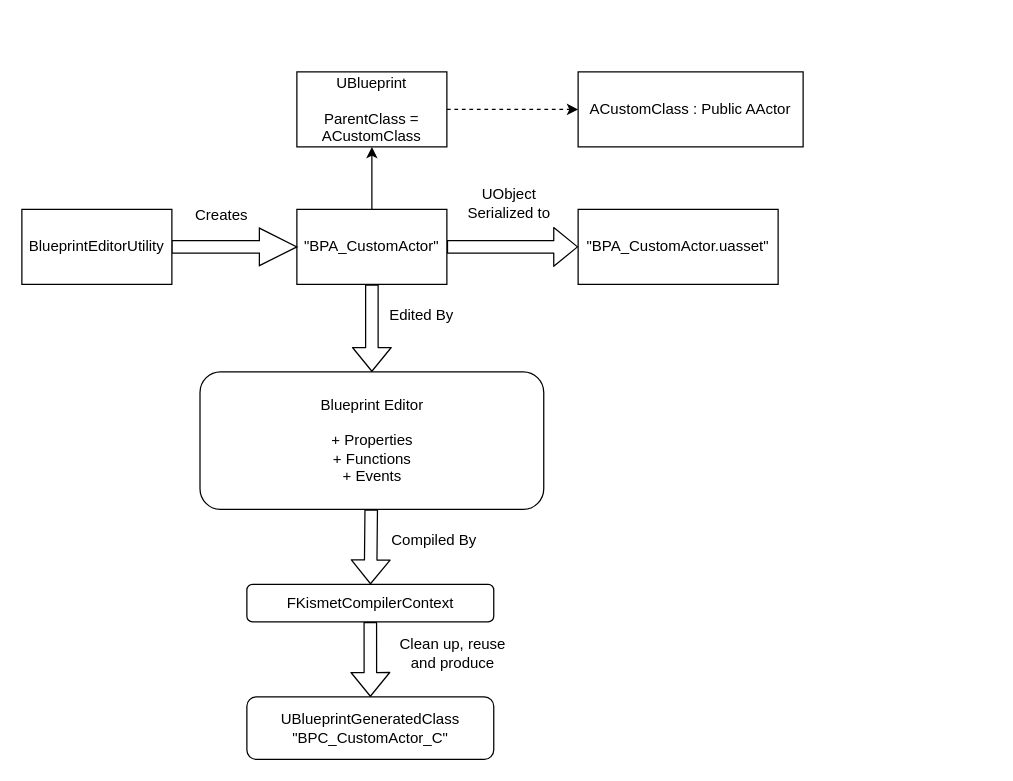
reforia/reforia.github.io keeps this draw.io diagram as assets/img/post-data/unreal/engine/bpvm-bytecode/bytecode.drawio. Above is the earlier version. Source tidied: cells renumbered, new cells numbered last; positions are measured from the earlier drawing's top-left corner, leaving out a move shared by most shapes. Both pictures are drawn from the tidied source at 125%, with x=0, y=0 at pixel (21, 71).
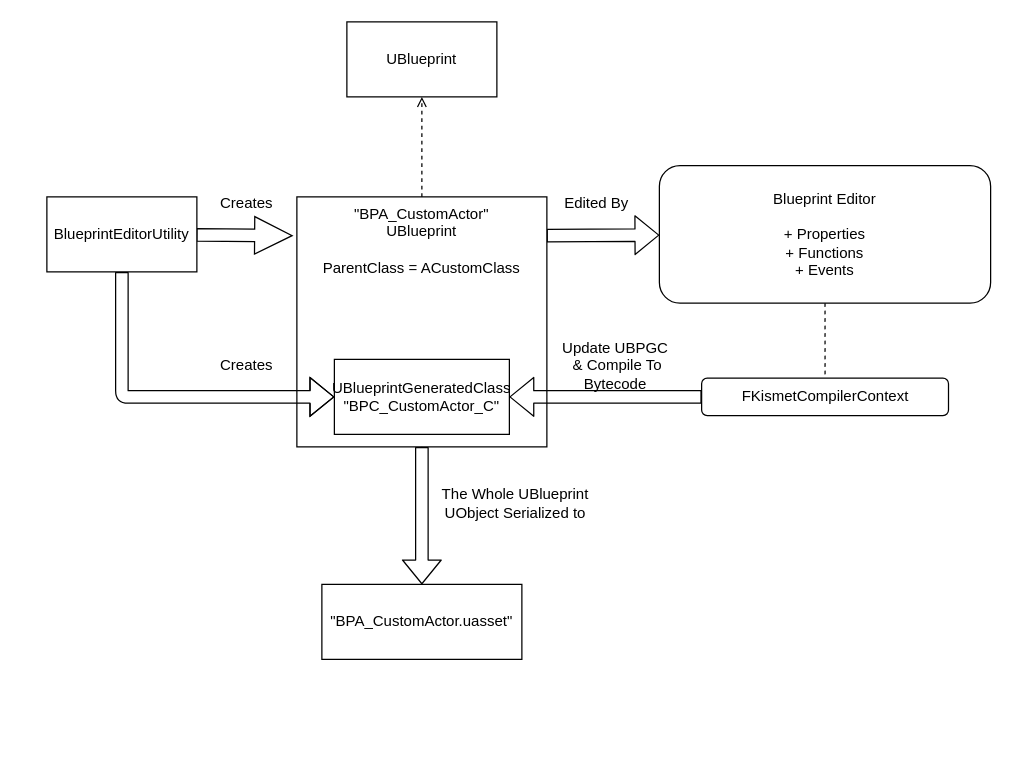
Above is the later version.

Diff of the diagram source:
```diff
@@
-    <mxCell id="2" style="edgeStyle=none;html=1;" parent="1" edge="1" source="5" target="10">
+    <mxCell id="2" style="edgeStyle=none;html=1;endArrow=open;endFill=0;dashed=1;" parent="1" edge="1" source="5" target="10">
       <mxGeometry relative="1" as="geometry" />
     </mxCell>
-    <mxCell id="3" style="edgeStyle=none;html=1;shape=flexArrow;" parent="1" edge="1" source="5" target="12">
-      <mxGeometry relative="1" as="geometry" />
-    </mxCell>
-    <mxCell id="4" style="edgeStyle=none;shape=flexArrow;html=1;" parent="1" edge="1" source="5" target="15">
+    <mxCell id="4" style="edgeStyle=none;shape=flexArrow;html=1;exitX=0.999;exitY=0.155;exitDx=0;exitDy=0;exitPerimeter=0;" parent="1" edge="1" source="5" target="15">
       <mxGeometry relative="1" as="geometry" />
     </mxCell>
+    <mxCell id="22" style="edgeStyle=none;html=1;entryX=0.5;entryY=0;entryDx=0;entryDy=0;dashed=1;endArrow=none;endFill=0;" parent="1" edge="1" source="5" target="20">
+      <mxGeometry relative="1" as="geometry" />
+    </mxCell>
-    <mxCell id="5" value="&quot;BPA_CustomActor&quot;" style="rounded=0;whiteSpace=wrap;html=1;" parent="1" vertex="1">
-      <mxGeometry x="220" y="110" width="120" height="60" as="geometry" />
+    <mxCell id="5" value="&quot;BPA_CustomActor&quot;&lt;br&gt;UBlueprint&lt;br&gt;&lt;br&gt;ParentClass = ACustomClass" style="rounded=0;whiteSpace=wrap;html=1;align=center;verticalAlign=top;" parent="1" vertex="1">
+      <mxGeometry x="220" y="100" width="200" height="200" as="geometry" />
     </mxCell>
-    <mxCell id="6" style="edgeStyle=none;html=1;shape=arrow;" parent="1" edge="1" source="7" target="5">
+    <mxCell id="6" style="edgeStyle=none;html=1;shape=arrow;entryX=-0.019;entryY=0.155;entryDx=0;entryDy=0;entryPerimeter=0;" parent="1" edge="1" source="7" target="5">
       <mxGeometry relative="1" as="geometry" />
     </mxCell>
+    <mxCell id="23" style="edgeStyle=none;html=1;shape=flexArrow;" parent="1" edge="1" source="7" target="20">
+      <mxGeometry relative="1" as="geometry">
+        <Array as="points">
+          <mxPoint x="80" y="260" />
+        </Array>
+      </mxGeometry>
+    </mxCell>
     <mxCell id="7" value="BlueprintEditorUtility" style="rounded=0;whiteSpace=wrap;html=1;" parent="1" vertex="1">
-      <mxGeometry y="110" width="120" height="60" as="geometry" />
+      <mxGeometry x="20" y="100" width="120" height="60" as="geometry" />
     </mxCell>
     <mxCell id="8" value="Creates" style="text;html=1;strokeColor=none;fillColor=none;align=center;verticalAlign=middle;whiteSpace=wrap;rounded=0;" parent="1" vertex="1">
-      <mxGeometry x="130" y="100" width="60" height="30" as="geometry" />
+      <mxGeometry x="150" y="90" width="60" height="30" as="geometry" />
     </mxCell>
-    <mxCell id="9" style="edgeStyle=none;html=1;dashed=1;" parent="1" edge="1" source="10" target="11">
-      <mxGeometry relative="1" as="geometry" />
-    </mxCell>
-    <mxCell id="10" value="UBlueprint&lt;br&gt;&lt;br&gt;ParentClass = ACustomClass" style="rounded=0;whiteSpace=wrap;html=1;" parent="1" vertex="1">
-      <mxGeometry x="220" width="120" height="60" as="geometry" />
+    <mxCell id="10" value="UBlueprint" style="rounded=0;whiteSpace=wrap;html=1;" parent="1" vertex="1">
+      <mxGeometry x="260" y="-40" width="120" height="60" as="geometry" />
     </mxCell>
-    <mxCell id="11" value="ACustomClass : Public AActor" style="rounded=0;whiteSpace=wrap;html=1;" parent="1" vertex="1">
-      <mxGeometry x="445" width="180" height="60" as="geometry" />
-    </mxCell>
     <mxCell id="12" value="&quot;BPA_CustomActor.uasset&quot;" style="rounded=0;whiteSpace=wrap;html=1;" parent="1" vertex="1">
-      <mxGeometry x="445" y="110" width="160" height="60" as="geometry" />
+      <mxGeometry x="240" y="410" width="160" height="60" as="geometry" />
     </mxCell>
-    <mxCell id="13" value="UObject Serialized to" style="text;html=1;strokeColor=none;fillColor=none;align=center;verticalAlign=middle;whiteSpace=wrap;rounded=0;" parent="1" vertex="1">
-      <mxGeometry x="350" y="90" width="80" height="30" as="geometry" />
+    <mxCell id="13" value="The Whole UBlueprint UObject Serialized to" style="text;html=1;strokeColor=none;fillColor=none;align=center;verticalAlign=middle;whiteSpace=wrap;rounded=0;" parent="1" vertex="1">
+      <mxGeometry x="330" y="330" width="130" height="30" as="geometry" />
     </mxCell>
-    <mxCell id="14" style="edgeStyle=none;shape=flexArrow;html=1;" parent="1" edge="1" source="15" target="18">
+    <mxCell id="14" style="edgeStyle=none;html=1;entryX=0.5;entryY=0;entryDx=0;entryDy=0;dashed=1;endArrow=none;endFill=0;" parent="1" edge="1" source="15" target="18">
       <mxGeometry relative="1" as="geometry" />
     </mxCell>
     <mxCell id="15" value="Blueprint Editor&lt;br&gt;&lt;br&gt;+ Properties&lt;br&gt;+ Functions&lt;br&gt;+ Events" style="rounded=1;whiteSpace=wrap;html=1;" parent="1" vertex="1">
-      <mxGeometry x="142.5" y="240" width="275" height="110" as="geometry" />
+      <mxGeometry x="510" y="75" width="265" height="110" as="geometry" />
     </mxCell>
     <mxCell id="16" value="Edited By" style="text;html=1;strokeColor=none;fillColor=none;align=center;verticalAlign=middle;whiteSpace=wrap;rounded=0;" parent="1" vertex="1">
-      <mxGeometry x="290" y="180" width="60" height="30" as="geometry" />
+      <mxGeometry x="430" y="90" width="60" height="30" as="geometry" />
     </mxCell>
-    <mxCell id="17" style="edgeStyle=none;shape=flexArrow;html=1;" parent="1" edge="1" source="18">
-      <mxGeometry relative="1" as="geometry">
-        <mxPoint x="278.8" y="500" as="targetPoint" />
-      </mxGeometry>
+    <mxCell id="17" style="edgeStyle=none;shape=flexArrow;html=1;entryX=1;entryY=0.5;entryDx=0;entryDy=0;" parent="1" edge="1" source="18" target="20">
+      <mxGeometry relative="1" as="geometry" />
     </mxCell>
     <mxCell id="18" value="FKismetCompilerContext" style="rounded=1;whiteSpace=wrap;html=1;" parent="1" vertex="1">
-      <mxGeometry x="180" y="410" width="197.5" height="30" as="geometry" />
+      <mxGeometry x="543.8" y="245" width="197.5" height="30" as="geometry" />
     </mxCell>
-    <mxCell id="19" value="Compiled By" style="text;html=1;strokeColor=none;fillColor=none;align=center;verticalAlign=middle;whiteSpace=wrap;rounded=0;" parent="1" vertex="1">
-      <mxGeometry x="290" y="360" width="80" height="30" as="geometry" />
-    </mxCell>
+    <mxCell id="21" value="Update UBPGC&lt;br&gt;&amp;nbsp;&amp;amp; Compile To Bytecode" style="text;html=1;strokeColor=none;fillColor=none;align=center;verticalAlign=middle;whiteSpace=wrap;rounded=0;" parent="1" vertex="1">
+      <mxGeometry x="420" y="220" width="110" height="30" as="geometry" />
+    </mxCell>
+    <mxCell id="24" style="edgeStyle=none;html=1;endArrow=block;endFill=0;entryX=0.5;entryY=0;entryDx=0;entryDy=0;shape=flexArrow;exitX=0.5;exitY=1;exitDx=0;exitDy=0;" parent="1" edge="1" target="12">
+      <mxGeometry relative="1" as="geometry">
+        <mxPoint x="320" y="300" as="sourcePoint" />
+      </mxGeometry>
+    </mxCell>
-    <mxCell id="20" value="UBlueprintGeneratedClass&lt;br&gt;&quot;BPC_CustomActor_C&quot;" style="rounded=1;whiteSpace=wrap;html=1;" parent="1" vertex="1">
-      <mxGeometry x="180" y="500" width="197.5" height="50" as="geometry" />
+    <mxCell id="20" value="UBlueprintGeneratedClass&lt;br&gt;&quot;BPC_CustomActor_C&quot;" style="rounded=0;whiteSpace=wrap;html=1;" parent="1" vertex="1">
+      <mxGeometry x="250" y="230" width="140" height="60" as="geometry" />
     </mxCell>
-    <mxCell id="21" value="Clean up, reuse and produce" style="text;html=1;strokeColor=none;fillColor=none;align=center;verticalAlign=middle;whiteSpace=wrap;rounded=0;" parent="1" vertex="1">
-      <mxGeometry x="290" y="450" width="110" height="30" as="geometry" />
-    </mxCell>
+    <mxCell id="25" value="Creates" style="text;html=1;strokeColor=none;fillColor=none;align=center;verticalAlign=middle;whiteSpace=wrap;rounded=0;" parent="1" vertex="1">
+      <mxGeometry x="150" y="220" width="60" height="30" as="geometry" />
+    </mxCell>
```
